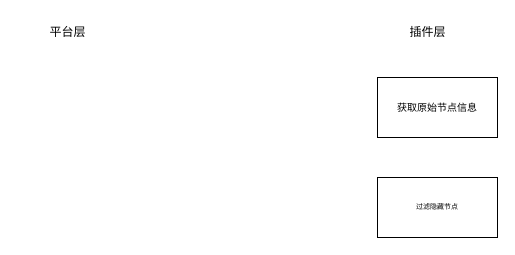
Earlier version of the draw.io diagram page "D2C" (15 of 15) of static/ppt.drawio (maoliang2271/bigpipe-demo). Source tidied: cells renumbered, new cells numbered last; positions are measured from the earlier drawing's top-left corner, leaving out a move shared by most shapes. Both pictures are drawn from the tidied source at 100%, with x=0, y=0 at pixel (37, 17).
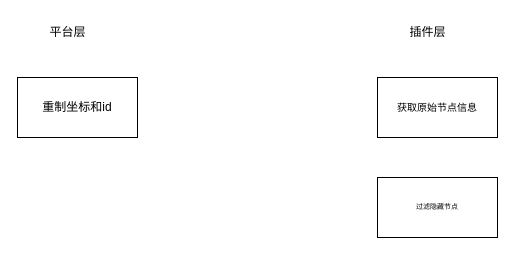
The same diagram, later.

Change to the diagram source:
```diff
@@
 <mxGraphModel>
   <root>
     <mxCell id="0" />
     <mxCell id="1" parent="0" />
     <mxCell id="2" value="插件层" style="text;html=1;align=center;verticalAlign=middle;strokeColor=none;fillColor=none;" parent="1" vertex="1">
       <mxGeometry x="360" width="60" height="30" as="geometry" />
     </mxCell>
     <mxCell id="3" value="平台层" style="text;html=1;align=center;verticalAlign=middle;strokeColor=none;fillColor=none;" parent="1" vertex="1">
       <mxGeometry width="60" height="30" as="geometry" />
     </mxCell>
     <mxCell id="4" value="获取原始节点信息" style="whiteSpace=wrap;html=1;fontSize=10;" parent="1" vertex="1">
       <mxGeometry x="340" y="60" width="120" height="60" as="geometry" />
     </mxCell>
     <mxCell id="5" value="过滤隐藏节点" style="whiteSpace=wrap;html=1;fontSize=7;" parent="1" vertex="1">
       <mxGeometry x="340" y="160" width="120" height="60" as="geometry" />
     </mxCell>
+    <mxCell id="6" value="重制坐标和id" style="rounded=0;whiteSpace=wrap;html=1;" parent="1" vertex="1">
+      <mxGeometry x="-20" y="60" width="120" height="60" as="geometry" />
+    </mxCell>
   </root>
 </mxGraphModel>
```
